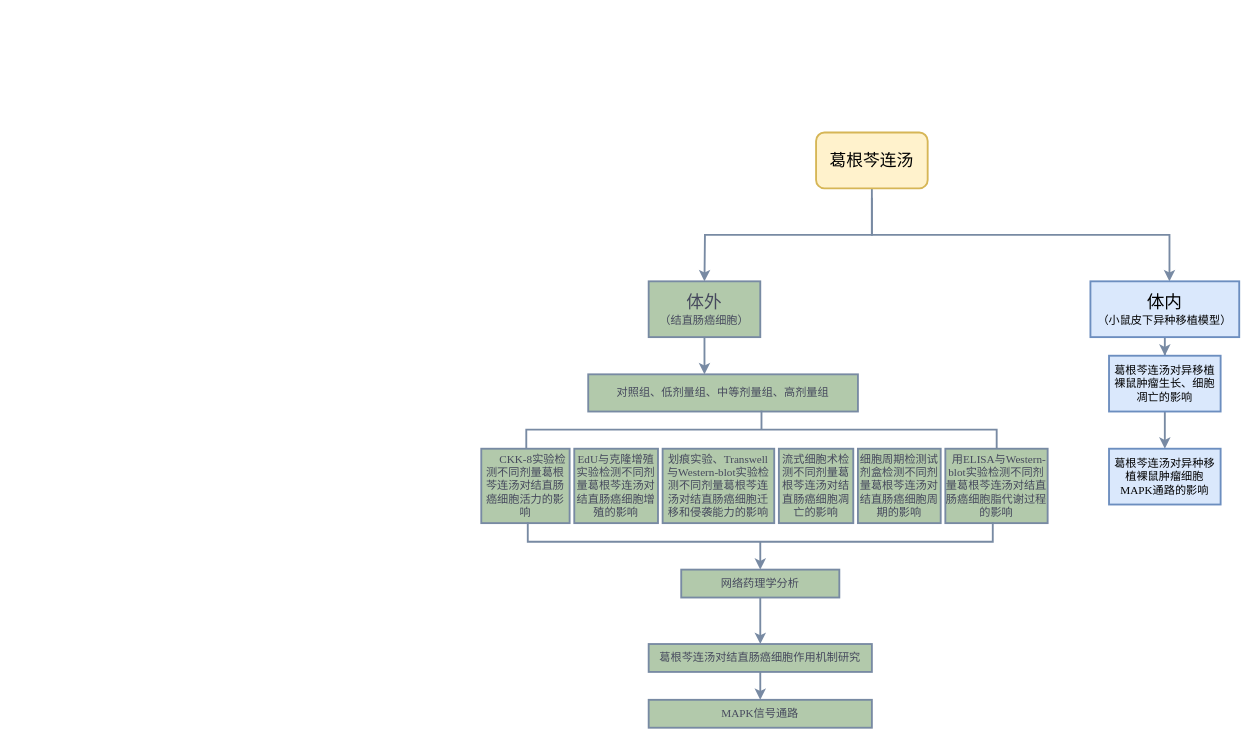
This is Untitled Diagram.drawio from wlplily/Dream13, a draw.io file, before an edit. Source tidied: cells renumbered, new cells numbered last; positions are measured from the earlier drawing's top-left corner, leaving out a move shared by most shapes. Both pictures are drawn from the tidied source at 93%, with x=0, y=0 at pixel (481, 132).
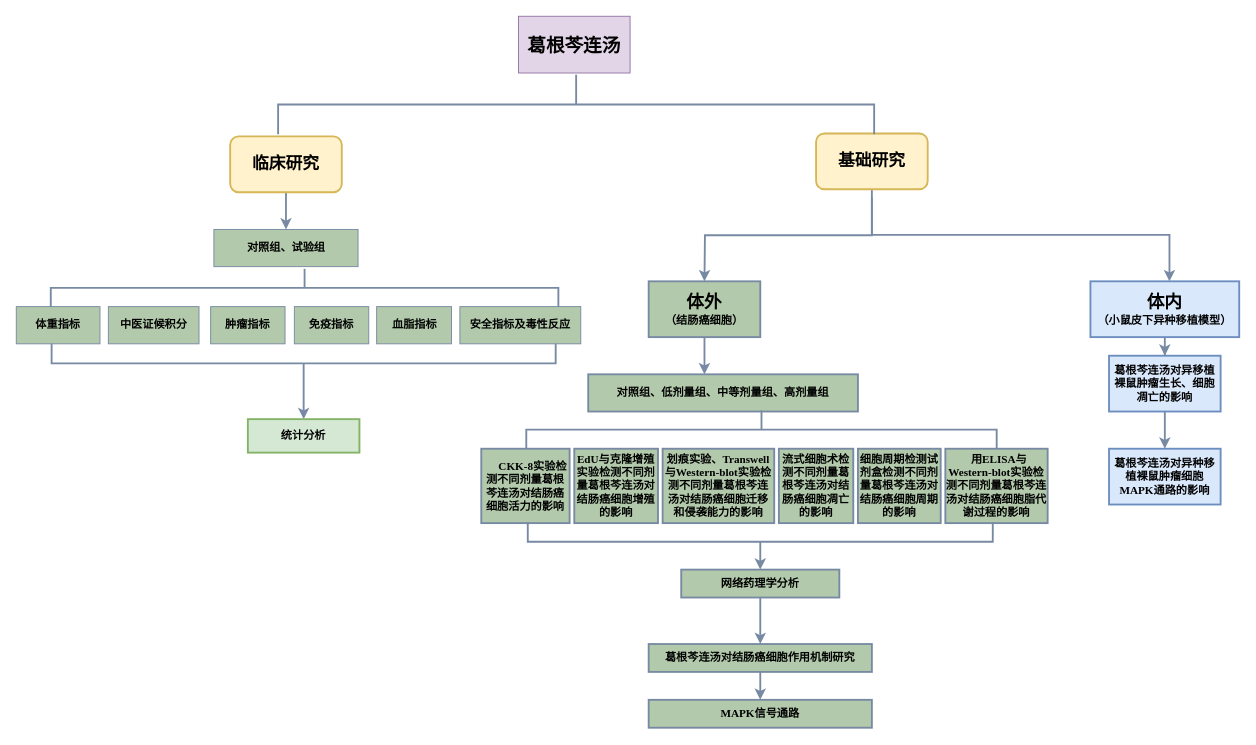
The same page after the edit.

The edit, as a diff of the source:
```diff
@@
-    <mxCell id="2" style="edgeStyle=orthogonalEdgeStyle;rounded=0;orthogonalLoop=1;jettySize=auto;html=1;strokeColor=#788AA3;fontColor=#46495D;fillColor=#B2C9AB;strokeWidth=2;fontFamily=Times New Roman;" parent="1" edge="1">
+    <mxCell id="2" style="edgeStyle=orthogonalEdgeStyle;rounded=0;orthogonalLoop=1;jettySize=auto;html=1;strokeColor=#788AA3;fontColor=#000000;fillColor=#B2C9AB;strokeWidth=2;fontFamily=Times New Roman;fontStyle=1;" parent="1" edge="1">
       <mxGeometry relative="1" as="geometry">
         <mxPoint x="420" y="70" as="sourcePoint" />
         <mxPoint x="740" y="160" as="targetPoint" />
         <Array as="points">
           <mxPoint x="540" y="110" />
           <mxPoint x="741" y="110" />
         </Array>
       </mxGeometry>
     </mxCell>
-    <mxCell id="3" style="edgeStyle=orthogonalEdgeStyle;rounded=0;jettySize=auto;html=1;exitX=0.5;exitY=1;exitDx=0;exitDy=0;strokeColor=#788AA3;fontColor=#46495D;fillColor=#B2C9AB;strokeWidth=2;fontFamily=Times New Roman;" parent="1" edge="1" source="4">
+    <mxCell id="3" style="edgeStyle=orthogonalEdgeStyle;rounded=0;jettySize=auto;html=1;exitX=0.5;exitY=1;exitDx=0;exitDy=0;strokeColor=#788AA3;fontColor=#000000;fillColor=#B2C9AB;strokeWidth=2;fontFamily=Times New Roman;fontStyle=1;" parent="1" edge="1" source="4">
       <mxGeometry relative="1" as="geometry">
         <mxPoint x="240" y="160" as="targetPoint" />
       </mxGeometry>
     </mxCell>
-    <mxCell id="4" value="&lt;font style=&quot;font-size: 18px;&quot;&gt;葛根芩连汤&lt;/font&gt;" style="rounded=1;whiteSpace=wrap;html=1;labelBackgroundColor=none;fillColor=#fff2cc;strokeColor=#d6b656;fontFamily=Times New Roman;strokeWidth=2;" parent="1" vertex="1">
-      <mxGeometry x="360" width="120" height="60" as="geometry" />
+    <mxCell id="4" value="&lt;font style=&quot;font-size: 18px;&quot;&gt;基础研究&lt;/font&gt;" style="rounded=1;whiteSpace=wrap;html=1;labelBackgroundColor=none;fillColor=#fff2cc;strokeColor=#d6b656;fontFamily=Times New Roman;strokeWidth=2;fontStyle=1;fontColor=#000000;" parent="1" vertex="1">
+      <mxGeometry x="360" y="1" width="120" height="60" as="geometry" />
     </mxCell>
-    <mxCell id="5" style="edgeStyle=orthogonalEdgeStyle;rounded=0;jettySize=auto;html=1;exitX=0.5;exitY=1;exitDx=0;exitDy=0;strokeColor=#788AA3;fontColor=#46495D;fillColor=#B2C9AB;strokeWidth=2;fontFamily=Times New Roman;" parent="1" edge="1" source="6">
+    <mxCell id="5" style="edgeStyle=orthogonalEdgeStyle;rounded=0;jettySize=auto;html=1;exitX=0.5;exitY=1;exitDx=0;exitDy=0;strokeColor=#788AA3;fontColor=#000000;fillColor=#B2C9AB;strokeWidth=2;fontFamily=Times New Roman;fontStyle=1;" parent="1" edge="1" source="6">
       <mxGeometry relative="1" as="geometry">
         <mxPoint x="240" y="260" as="targetPoint" />
       </mxGeometry>
     </mxCell>
-    <mxCell id="6" value="&lt;font style=&quot;font-size: 19px;&quot;&gt;体外&lt;/font&gt;&lt;br&gt;（结直肠癌细胞）" style="rounded=0;whiteSpace=wrap;html=1;strokeColor=#788AA3;fontColor=#46495D;fillColor=#B2C9AB;fontFamily=Times New Roman;strokeWidth=2;" parent="1" vertex="1">
+    <mxCell id="6" value="&lt;font style=&quot;font-size: 19px;&quot;&gt;体外&lt;/font&gt;&lt;br&gt;（结肠癌细胞）" style="rounded=0;whiteSpace=wrap;html=1;strokeColor=#788AA3;fontColor=#000000;fillColor=#B2C9AB;fontFamily=Times New Roman;strokeWidth=2;fontStyle=1;" parent="1" vertex="1">
       <mxGeometry x="180" y="160" width="120" height="60" as="geometry" />
     </mxCell>
-    <mxCell id="7" style="edgeStyle=orthogonalEdgeStyle;rounded=0;jettySize=auto;html=1;strokeColor=#788AA3;fontColor=#46495D;fillColor=#B2C9AB;fontFamily=Times New Roman;strokeWidth=2;" parent="1" edge="1" source="8" target="25">
+    <mxCell id="7" style="edgeStyle=orthogonalEdgeStyle;rounded=0;jettySize=auto;html=1;strokeColor=#788AA3;fontColor=#000000;fillColor=#B2C9AB;fontFamily=Times New Roman;strokeWidth=2;fontStyle=1;" parent="1" edge="1" source="8" target="25">
       <mxGeometry relative="1" as="geometry" />
     </mxCell>
-    <mxCell id="8" value="&lt;font style=&quot;font-size: 19px;&quot;&gt;体内&lt;/font&gt;&lt;br&gt;（小鼠皮下异种移植模型）" style="rounded=0;whiteSpace=wrap;html=1;strokeColor=#6c8ebf;fillColor=#dae8fc;fontFamily=Times New Roman;strokeWidth=2;" parent="1" vertex="1">
+    <mxCell id="8" value="&lt;font style=&quot;font-size: 19px;&quot;&gt;体内&lt;/font&gt;&lt;br&gt;（小鼠皮下异种移植模型）" style="rounded=0;whiteSpace=wrap;html=1;strokeColor=#6c8ebf;fillColor=#dae8fc;fontFamily=Times New Roman;strokeWidth=2;fontStyle=1;fontColor=#000000;" parent="1" vertex="1">
       <mxGeometry x="655" y="160" width="160" height="60" as="geometry" />
     </mxCell>
-    <mxCell id="9" value="对照组、低剂量组、中等剂量组、高剂量组" style="rounded=0;whiteSpace=wrap;html=1;strokeColor=#788AA3;fontColor=#46495D;fillColor=#B2C9AB;fontFamily=Times New Roman;strokeWidth=2;" parent="1" vertex="1">
+    <mxCell id="9" value="对照组、低剂量组、中等剂量组、高剂量组" style="rounded=0;whiteSpace=wrap;html=1;strokeColor=#788AA3;fontColor=#000000;fillColor=#B2C9AB;fontFamily=Times New Roman;strokeWidth=2;fontStyle=1;" parent="1" vertex="1">
       <mxGeometry x="115" y="260" width="290" height="40" as="geometry" />
     </mxCell>
-    <mxCell id="10" value="&lt;div style=&quot;text-indent: 16.0667px;&quot;&gt;CKK-8实验检测不同剂量葛根芩连汤对结直肠癌细胞活力的影响&lt;/div&gt;" style="rounded=0;whiteSpace=wrap;html=1;strokeColor=#788AA3;fontColor=#46495D;fillColor=#B2C9AB;fontFamily=Times New Roman;strokeWidth=2;" parent="1" vertex="1">
+    <mxCell id="10" value="&lt;div style=&quot;text-indent: 16.0667px;&quot;&gt;CKK-8实验检测不同剂量葛根芩连汤对结肠癌细胞活力的影响&lt;/div&gt;" style="rounded=0;whiteSpace=wrap;html=1;strokeColor=#788AA3;fontColor=#000000;fillColor=#B2C9AB;fontFamily=Times New Roman;strokeWidth=2;fontStyle=1;" parent="1" vertex="1">
       <mxGeometry y="340" width="95" height="80" as="geometry" />
     </mxCell>
-    <mxCell id="11" value="EdU与克隆增殖实验检测不同剂量葛根芩连汤对结直肠癌细胞增殖的影响" style="rounded=0;whiteSpace=wrap;html=1;strokeColor=#788AA3;fontColor=#46495D;fillColor=#B2C9AB;fontFamily=Times New Roman;strokeWidth=2;" parent="1" vertex="1">
+    <mxCell id="11" value="EdU与克隆增殖实验检测不同剂量葛根芩连汤对结肠癌细胞增殖的影响" style="rounded=0;whiteSpace=wrap;html=1;strokeColor=#788AA3;fontColor=#000000;fillColor=#B2C9AB;fontFamily=Times New Roman;strokeWidth=2;fontStyle=1;" parent="1" vertex="1">
       <mxGeometry x="100" y="340" width="90" height="80" as="geometry" />
     </mxCell>
-    <mxCell id="12" value="划痕实验、Transwell与Western-blot实验检测不同剂量葛根芩连汤对结直肠癌细胞迁移和侵袭能力的影响" style="rounded=0;whiteSpace=wrap;html=1;strokeColor=#788AA3;fontColor=#46495D;fillColor=#B2C9AB;fontFamily=Times New Roman;strokeWidth=2;" parent="1" vertex="1">
+    <mxCell id="12" value="划痕实验、Transwell与Western-blot实验检测不同剂量葛根芩连汤对结肠癌细胞迁移和侵袭能力的影响" style="rounded=0;whiteSpace=wrap;html=1;strokeColor=#788AA3;fontColor=#000000;fillColor=#B2C9AB;fontFamily=Times New Roman;strokeWidth=2;fontStyle=1;" parent="1" vertex="1">
       <mxGeometry x="195" y="340" width="120" height="80" as="geometry" />
     </mxCell>
-    <mxCell id="13" value="流式细胞术检测不同剂量葛根芩连汤对结直肠癌细胞凋亡的影响" style="rounded=0;whiteSpace=wrap;html=1;strokeColor=#788AA3;fontColor=#46495D;fillColor=#B2C9AB;fontFamily=Times New Roman;strokeWidth=2;" parent="1" vertex="1">
+    <mxCell id="13" value="流式细胞术检测不同剂量葛根芩连汤对结肠癌细胞凋亡的影响" style="rounded=0;whiteSpace=wrap;html=1;strokeColor=#788AA3;fontColor=#000000;fillColor=#B2C9AB;fontFamily=Times New Roman;strokeWidth=2;fontStyle=1;" parent="1" vertex="1">
       <mxGeometry x="320" y="340" width="80" height="80" as="geometry" />
     </mxCell>
-    <mxCell id="14" value="细胞周期检测试剂盒检测不同剂量葛根芩连汤对结直肠癌细胞周期的影响" style="rounded=0;whiteSpace=wrap;html=1;strokeColor=#788AA3;fontColor=#46495D;fillColor=#B2C9AB;fontFamily=Times New Roman;strokeWidth=2;" parent="1" vertex="1">
+    <mxCell id="14" value="细胞周期检测试剂盒检测不同剂量葛根芩连汤对结肠癌细胞周期的影响" style="rounded=0;whiteSpace=wrap;html=1;strokeColor=#788AA3;fontColor=#000000;fillColor=#B2C9AB;fontFamily=Times New Roman;strokeWidth=2;fontStyle=1;" parent="1" vertex="1">
       <mxGeometry x="405" y="340" width="89" height="80" as="geometry" />
     </mxCell>
-    <mxCell id="15" value="&amp;nbsp;&amp;nbsp;用ELISA与Western-blot实验检测不同剂量葛根芩连汤对结直肠癌细胞脂代谢过程的影响" style="rounded=0;whiteSpace=wrap;html=1;strokeColor=#788AA3;fontColor=#46495D;fillColor=#B2C9AB;fontFamily=Times New Roman;strokeWidth=2;" parent="1" vertex="1">
+    <mxCell id="15" value="&amp;nbsp;&amp;nbsp;用ELISA与Western-blot实验检测不同剂量葛根芩连汤对结肠癌细胞脂代谢过程的影响" style="rounded=0;whiteSpace=wrap;html=1;strokeColor=#788AA3;fontColor=#000000;fillColor=#B2C9AB;fontFamily=Times New Roman;strokeWidth=2;fontStyle=1;" parent="1" vertex="1">
       <mxGeometry x="499" y="340" width="110" height="80" as="geometry" />
     </mxCell>
-    <mxCell id="16" style="strokeWidth=2;html=1;shape=mxgraph.flowchart.annotation_2;align=left;labelPosition=right;strokeColor=#788AA3;fontColor=#46495D;fillColor=#B2C9AB;rotation=90;fontFamily=Times New Roman;" parent="1" vertex="1">
+    <mxCell id="16" style="strokeWidth=2;html=1;shape=mxgraph.flowchart.annotation_2;align=left;labelPosition=right;strokeColor=#788AA3;fontColor=#000000;fillColor=#B2C9AB;rotation=90;fontFamily=Times New Roman;fontStyle=1;" parent="1" vertex="1">
       <mxGeometry x="280.8" y="66.6" width="41" height="505.8" as="geometry" />
     </mxCell>
-    <mxCell id="17" style="edgeStyle=orthogonalEdgeStyle;rounded=0;jettySize=auto;html=1;strokeColor=#788AA3;fontColor=#46495D;fillColor=#B2C9AB;strokeWidth=2;fontFamily=Times New Roman;" parent="1" edge="1" source="18">
+    <mxCell id="17" style="edgeStyle=orthogonalEdgeStyle;rounded=0;jettySize=auto;html=1;strokeColor=#788AA3;fontColor=#000000;fillColor=#B2C9AB;strokeWidth=2;fontFamily=Times New Roman;fontStyle=1;" parent="1" edge="1" source="18">
       <mxGeometry relative="1" as="geometry">
         <mxPoint x="300" y="470" as="targetPoint" />
       </mxGeometry>
     </mxCell>
-    <mxCell id="18" style="shape=partialRectangle;whiteSpace=wrap;html=1;bottom=1;right=1;left=1;top=0;fillColor=none;routingCenterX=-0.5;strokeColor=#788AA3;fontColor=#46495D;strokeWidth=2;fontFamily=Times New Roman;" parent="1" vertex="1">
+    <mxCell id="18" style="shape=partialRectangle;whiteSpace=wrap;html=1;bottom=1;right=1;left=1;top=0;fillColor=none;routingCenterX=-0.5;strokeColor=#788AA3;fontColor=#000000;strokeWidth=2;fontFamily=Times New Roman;fontStyle=1;" parent="1" vertex="1">
       <mxGeometry x="50" y="420" width="500" height="20" as="geometry" />
     </mxCell>
-    <mxCell id="19" style="edgeStyle=orthogonalEdgeStyle;rounded=0;jettySize=auto;html=1;strokeColor=#788AA3;fontColor=#46495D;fillColor=#B2C9AB;strokeWidth=2;fontFamily=Times New Roman;" parent="1" edge="1" source="20" target="22">
+    <mxCell id="19" style="edgeStyle=orthogonalEdgeStyle;rounded=0;jettySize=auto;html=1;strokeColor=#788AA3;fontColor=#000000;fillColor=#B2C9AB;strokeWidth=2;fontFamily=Times New Roman;fontStyle=1;" parent="1" edge="1" source="20" target="22">
       <mxGeometry relative="1" as="geometry" />
     </mxCell>
-    <mxCell id="20" value="网络药理学分析" style="rounded=0;whiteSpace=wrap;html=1;strokeColor=#788AA3;fontColor=#46495D;fillColor=#B2C9AB;fontFamily=Times New Roman;strokeWidth=2;" parent="1" vertex="1">
+    <mxCell id="20" value="网络药理学分析" style="rounded=0;whiteSpace=wrap;html=1;strokeColor=#788AA3;fontColor=#000000;fillColor=#B2C9AB;fontFamily=Times New Roman;strokeWidth=2;fontStyle=1;" parent="1" vertex="1">
       <mxGeometry x="215" y="470" width="170" height="30" as="geometry" />
     </mxCell>
-    <mxCell id="21" style="edgeStyle=orthogonalEdgeStyle;rounded=0;jettySize=auto;html=1;strokeColor=#788AA3;fontColor=#46495D;fillColor=#B2C9AB;strokeWidth=2;fontFamily=Times New Roman;" parent="1" edge="1" source="22" target="23">
+    <mxCell id="21" style="edgeStyle=orthogonalEdgeStyle;rounded=0;jettySize=auto;html=1;strokeColor=#788AA3;fontColor=#000000;fillColor=#B2C9AB;strokeWidth=2;fontFamily=Times New Roman;fontStyle=1;" parent="1" edge="1" source="22" target="23">
       <mxGeometry relative="1" as="geometry" />
     </mxCell>
-    <mxCell id="22" value="葛根芩连汤对结直肠癌细胞作用机制研究" style="rounded=0;whiteSpace=wrap;html=1;strokeColor=#788AA3;fontColor=#46495D;fillColor=#B2C9AB;fontFamily=Times New Roman;strokeWidth=2;" parent="1" vertex="1">
+    <mxCell id="22" value="葛根芩连汤对结肠癌细胞作用机制研究" style="rounded=0;whiteSpace=wrap;html=1;strokeColor=#788AA3;fontColor=#000000;fillColor=#B2C9AB;fontFamily=Times New Roman;strokeWidth=2;fontStyle=1;" parent="1" vertex="1">
       <mxGeometry x="180" y="550" width="240" height="30" as="geometry" />
     </mxCell>
-    <mxCell id="23" value="MAPK信号通路" style="rounded=0;whiteSpace=wrap;html=1;strokeColor=#788AA3;fontColor=#46495D;fillColor=#B2C9AB;fontFamily=Times New Roman;strokeWidth=2;" parent="1" vertex="1">
+    <mxCell id="23" value="MAPK信号通路" style="rounded=0;whiteSpace=wrap;html=1;strokeColor=#788AA3;fontColor=#000000;fillColor=#B2C9AB;fontFamily=Times New Roman;strokeWidth=2;fontStyle=1;" parent="1" vertex="1">
       <mxGeometry x="180" y="610" width="240" height="30" as="geometry" />
     </mxCell>
-    <mxCell id="24" style="edgeStyle=orthogonalEdgeStyle;rounded=0;jettySize=auto;html=1;strokeColor=#788AA3;fontColor=#46495D;fillColor=#B2C9AB;fontFamily=Times New Roman;strokeWidth=2;" parent="1" edge="1" source="25" target="26">
+    <mxCell id="24" style="edgeStyle=orthogonalEdgeStyle;rounded=0;jettySize=auto;html=1;strokeColor=#788AA3;fontColor=#000000;fillColor=#B2C9AB;fontFamily=Times New Roman;strokeWidth=2;fontStyle=1;" parent="1" edge="1" source="25" target="26">
       <mxGeometry relative="1" as="geometry" />
     </mxCell>
-    <mxCell id="25" value="葛根芩连汤对异移植裸鼠肿瘤生长、细胞凋亡的影响" style="whiteSpace=wrap;html=1;fillColor=#dae8fc;strokeColor=#6c8ebf;rounded=0;fontFamily=Times New Roman;strokeWidth=2;" parent="1" vertex="1">
+    <mxCell id="25" value="葛根芩连汤对异移植裸鼠肿瘤生长、细胞凋亡的影响" style="whiteSpace=wrap;html=1;fillColor=#dae8fc;strokeColor=#6c8ebf;rounded=0;fontFamily=Times New Roman;strokeWidth=2;fontStyle=1;fontColor=#000000;" parent="1" vertex="1">
       <mxGeometry x="675" y="240" width="120" height="60" as="geometry" />
     </mxCell>
-    <mxCell id="26" value="葛根芩连汤对异种移植裸鼠肿瘤细胞MAPK通路的影响" style="whiteSpace=wrap;html=1;fillColor=#dae8fc;strokeColor=#6c8ebf;rounded=0;fontFamily=Times New Roman;strokeWidth=2;" parent="1" vertex="1">
+    <mxCell id="26" value="葛根芩连汤对异种移植裸鼠肿瘤细胞MAPK通路的影响" style="whiteSpace=wrap;html=1;fillColor=#dae8fc;strokeColor=#6c8ebf;rounded=0;fontFamily=Times New Roman;strokeWidth=2;fontStyle=1;fontColor=#000000;" parent="1" vertex="1">
       <mxGeometry x="675" y="340" width="120" height="60" as="geometry" />
     </mxCell>
+    <mxCell id="27" value="葛根芩连汤" style="rounded=0;whiteSpace=wrap;html=1;strokeColor=#9673a6;fillColor=#e1d5e7;fontStyle=1;fontSize=20;labelBackgroundColor=none;fontFamily=Times New Roman;fontColor=#000000;" parent="1" vertex="1">
+      <mxGeometry x="40" y="-125" width="120" height="61" as="geometry" />
+    </mxCell>
+    <mxCell id="28" style="edgeStyle=orthogonalEdgeStyle;rounded=0;jettySize=auto;html=1;exitX=0.5;exitY=1;exitDx=0;exitDy=0;strokeColor=#788AA3;fontColor=#000000;fillColor=#B2C9AB;strokeWidth=2;fontStyle=1;fontFamily=Times New Roman;" parent="1" edge="1" source="29">
+      <mxGeometry relative="1" as="geometry">
+        <mxPoint x="-210" y="104.2" as="targetPoint" />
+      </mxGeometry>
+    </mxCell>
+    <mxCell id="29" value="&lt;font style=&quot;font-size: 18px;&quot;&gt;临床研究&lt;/font&gt;" style="rounded=1;whiteSpace=wrap;html=1;labelBackgroundColor=none;fillColor=#fff2cc;strokeColor=#d6b656;fontFamily=Times New Roman;strokeWidth=2;fontStyle=1;fontColor=#000000;" parent="1" vertex="1">
+      <mxGeometry x="-270" y="4.2" width="120" height="60" as="geometry" />
+    </mxCell>
+    <mxCell id="30" value="对照组、试验组" style="rounded=0;whiteSpace=wrap;html=1;strokeColor=#788AA3;fontColor=#000000;fillColor=#B2C9AB;fontStyle=1;fontFamily=Times New Roman;" parent="1" vertex="1">
+      <mxGeometry x="-287.5" y="104.2" width="155" height="40" as="geometry" />
+    </mxCell>
+    <mxCell id="31" value="体重指标" style="rounded=0;whiteSpace=wrap;html=1;strokeColor=#788AA3;fontColor=#000000;fillColor=#B2C9AB;fontStyle=1;fontFamily=Times New Roman;" parent="1" vertex="1">
+      <mxGeometry x="-500" y="187.2" width="90" height="40" as="geometry" />
+    </mxCell>
+    <mxCell id="32" value="中医证候积分" style="whiteSpace=wrap;html=1;fillColor=#B2C9AB;strokeColor=#788AA3;fontColor=#000000;rounded=0;fontStyle=1;fontFamily=Times New Roman;" parent="1" vertex="1">
+      <mxGeometry x="-401" y="187.2" width="97.5" height="40" as="geometry" />
+    </mxCell>
+    <mxCell id="33" value="肿瘤指标" style="rounded=0;whiteSpace=wrap;html=1;strokeColor=#788AA3;fontColor=#000000;fillColor=#B2C9AB;fontStyle=1;fontFamily=Times New Roman;" parent="1" vertex="1">
+      <mxGeometry x="-291" y="187.2" width="80" height="40" as="geometry" />
+    </mxCell>
+    <mxCell id="34" value="免疫指标" style="rounded=0;whiteSpace=wrap;html=1;strokeColor=#788AA3;fontColor=#000000;fillColor=#B2C9AB;fontStyle=1;fontFamily=Times New Roman;" parent="1" vertex="1">
+      <mxGeometry x="-201" y="187.2" width="80" height="40" as="geometry" />
+    </mxCell>
+    <mxCell id="35" value="血脂指标" style="rounded=0;whiteSpace=wrap;html=1;strokeColor=#788AA3;fontColor=#000000;fillColor=#B2C9AB;fontStyle=1;fontFamily=Times New Roman;" parent="1" vertex="1">
+      <mxGeometry x="-112.5" y="187.2" width="80.5" height="40" as="geometry" />
+    </mxCell>
+    <mxCell id="36" value="&amp;nbsp;安全指标及毒性反应&amp;nbsp;" style="rounded=0;whiteSpace=wrap;html=1;strokeColor=#788AA3;fontColor=#000000;fillColor=#B2C9AB;fontStyle=1;fontFamily=Times New Roman;" parent="1" vertex="1">
+      <mxGeometry x="-23" y="187.2" width="130" height="40" as="geometry" />
+    </mxCell>
+    <mxCell id="37" style="strokeWidth=2;html=1;shape=mxgraph.flowchart.annotation_2;align=left;labelPosition=right;strokeColor=#788AA3;fontColor=#000000;fillColor=#B2C9AB;rotation=90;fontFamily=Times New Roman;fontStyle=1;" parent="1" vertex="1">
+      <mxGeometry x="-210.5" y="-105.8" width="41" height="545.8" as="geometry" />
+    </mxCell>
+    <mxCell id="38" style="edgeStyle=orthogonalEdgeStyle;rounded=0;jettySize=auto;html=1;strokeColor=#788AA3;fontColor=#000000;fillColor=#B2C9AB;strokeWidth=2;fontStyle=1;fontFamily=Times New Roman;" parent="1" edge="1" source="39" target="40">
+      <mxGeometry relative="1" as="geometry" />
+    </mxCell>
+    <mxCell id="39" style="shape=partialRectangle;whiteSpace=wrap;html=1;bottom=1;right=1;left=1;top=0;fillColor=none;routingCenterX=-0.5;strokeColor=#788AA3;fontColor=#000000;strokeWidth=2;fontFamily=Times New Roman;fontStyle=1;" parent="1" vertex="1">
+      <mxGeometry x="-462" y="228.2" width="542" height="20" as="geometry" />
+    </mxCell>
+    <mxCell id="40" value="统计分析" style="whiteSpace=wrap;html=1;fontFamily=Times New Roman;fillColor=#d5e8d4;strokeColor=#82b366;strokeWidth=2;fontStyle=1;fontColor=#000000;" parent="1" vertex="1">
+      <mxGeometry x="-251" y="308.2" width="120" height="36" as="geometry" />
+    </mxCell>
+    <mxCell id="41" style="strokeWidth=2;html=1;shape=mxgraph.flowchart.annotation_2;align=left;labelPosition=right;strokeColor=#788AA3;fontColor=#000000;fillColor=#B2C9AB;rotation=90;fontFamily=Times New Roman;fontStyle=1;" parent="1" vertex="1">
+      <mxGeometry x="70" y="-350.6" width="64" height="640.9" as="geometry" />
+    </mxCell>
```
